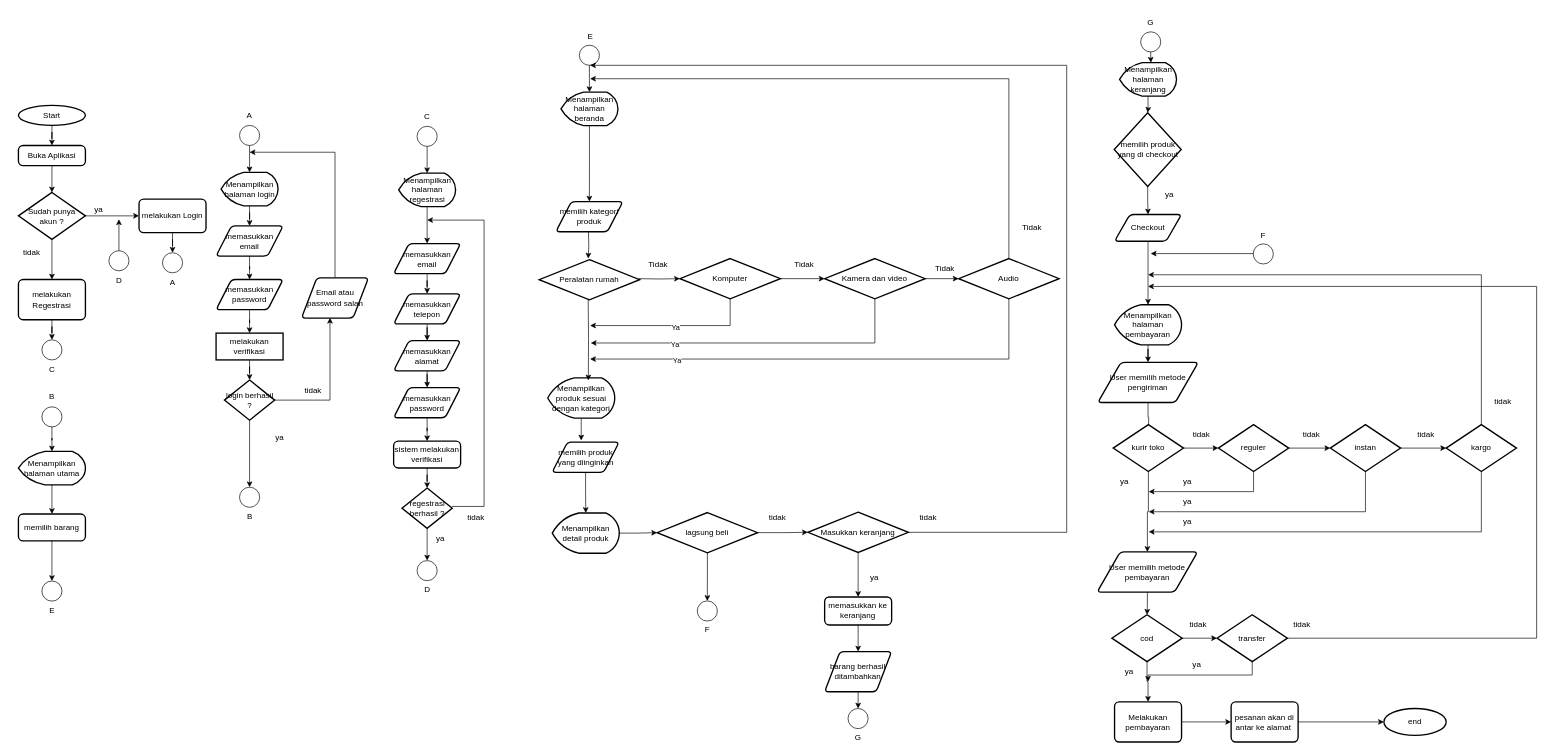
zerocode0806/Flowchart-E-Comerce-Elektronik keeps this draw.io diagram as Flowchart Ecomerce Elektronik.drawio. Above is the earlier version. Source tidied: cells renumbered, new cells numbered last; positions are measured from the earlier drawing's top-left corner, leaving out a move shared by most shapes. Both pictures are drawn from the tidied source at 67%, with x=0, y=0 at pixel (11, 11).
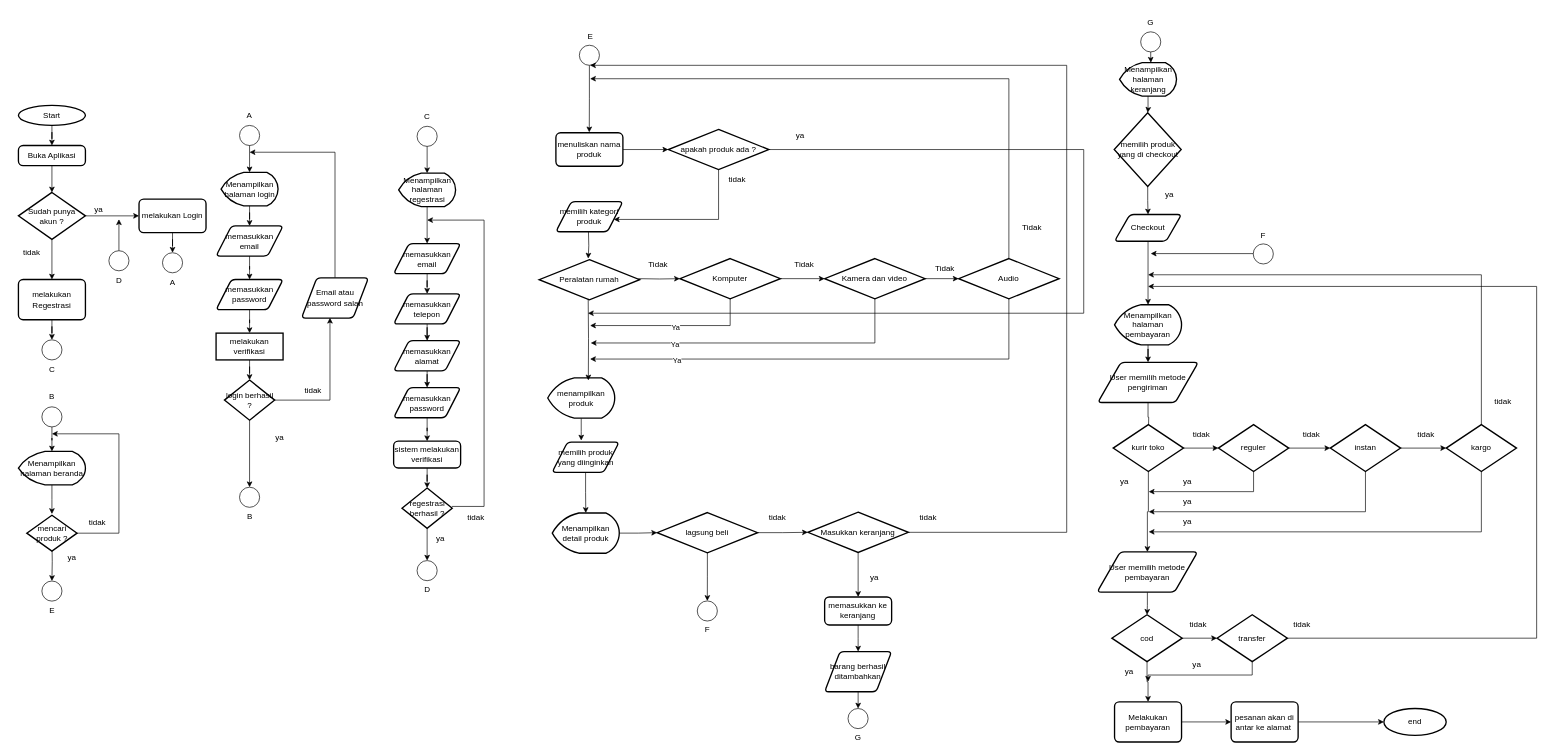
After the change.

The change refers to these unchanged cells:
```xml
<mxCell id="60" value="&lt;div style=&quot;&quot;&gt;&lt;br&gt;&lt;/div&gt;" style="verticalLabelPosition=bottom;verticalAlign=top;html=1;shape=mxgraph.flowchart.on-page_reference;align=center;" parent="1" vertex="1">
  <mxGeometry x="847.2" y="50" width="30" height="30" as="geometry" />
</mxCell>
<mxCell id="67" value="E" style="verticalLabelPosition=bottom;verticalAlign=top;html=1;shape=mxgraph.flowchart.on-page_reference;" parent="1" vertex="1">
  <mxGeometry x="45" y="849.7" width="30" height="30" as="geometry" />
</mxCell>
<mxCell id="81" value="memilih kategori produk" style="shape=parallelogram;html=1;strokeWidth=2;perimeter=parallelogramPerimeter;whiteSpace=wrap;rounded=1;arcSize=12;size=0.23;" parent="1" vertex="1">
  <mxGeometry x="812.2" y="283.4" width="100" height="45" as="geometry" />
</mxCell>
```

The edit, as a diff of the source:
```diff
@@
-    <mxCell id="14" value="memilih barang" style="rounded=1;whiteSpace=wrap;html=1;absoluteArcSize=1;arcSize=14;strokeWidth=2;" parent="1" vertex="1">
-      <mxGeometry x="10" y="749.7" width="100" height="40" as="geometry" />
-    </mxCell>
@@
+    <mxCell id="168" style="edgeStyle=orthogonalEdgeStyle;rounded=0;jettySize=auto;html=1;" parent="1" edge="1" source="60">
+      <mxGeometry relative="1" as="geometry">
+        <mxPoint x="862" y="180" as="targetPoint" />
+      </mxGeometry>
+    </mxCell>
@@
-    <mxCell id="61" style="edgeStyle=orthogonalEdgeStyle;rounded=0;jettySize=auto;html=1;entryX=0.5;entryY=0;entryDx=0;entryDy=0;" parent="1" edge="1" source="62" target="81">
-      <mxGeometry relative="1" as="geometry" />
-    </mxCell>
-    <mxCell id="62" value="Menampilkan halaman beranda" style="strokeWidth=2;html=1;shape=mxgraph.flowchart.display;whiteSpace=wrap;" parent="1" vertex="1">
-      <mxGeometry x="819.8" y="120" width="85" height="50" as="geometry" />
-    </mxCell>
-    <mxCell id="63" style="edgeStyle=orthogonalEdgeStyle;rounded=0;jettySize=auto;html=1;entryX=0.5;entryY=0;entryDx=0;entryDy=0;entryPerimeter=0;" parent="1" edge="1" source="60" target="62">
-      <mxGeometry relative="1" as="geometry" />
-    </mxCell>
@@
-    <mxCell id="68" style="edgeStyle=orthogonalEdgeStyle;rounded=0;jettySize=auto;html=1;entryX=0.5;entryY=0;entryDx=0;entryDy=0;entryPerimeter=0;" parent="1" edge="1" source="14" target="67">
-      <mxGeometry relative="1" as="geometry" />
+    <mxCell id="68" style="edgeStyle=orthogonalEdgeStyle;rounded=0;jettySize=auto;html=1;entryX=0.5;entryY=0;entryDx=0;entryDy=0;entryPerimeter=0;" parent="1" edge="1" target="67">
+      <mxGeometry relative="1" as="geometry">
+        <mxPoint x="60" y="789.7" as="sourcePoint" />
+      </mxGeometry>
     </mxCell>
@@
-    <mxCell id="83" value="Menampilkan produk sesuai dengan kategori" style="strokeWidth=2;html=1;shape=mxgraph.flowchart.display;whiteSpace=wrap;" parent="1" vertex="1">
+    <mxCell id="83" value="menampilkan produk" style="strokeWidth=2;html=1;shape=mxgraph.flowchart.display;whiteSpace=wrap;" parent="1" vertex="1">
       <mxGeometry x="800" y="546.6" width="100" height="60" as="geometry" />
     </mxCell>
@@
-    <mxCell id="131" style="edgeStyle=orthogonalEdgeStyle;rounded=0;jettySize=auto;html=1;" parent="1" edge="1" source="132" target="14">
-      <mxGeometry relative="1" as="geometry" />
+    <mxCell id="131" style="edgeStyle=orthogonalEdgeStyle;rounded=0;jettySize=auto;html=1;" parent="1" edge="1" source="132">
+      <mxGeometry relative="1" as="geometry">
+        <mxPoint x="60" y="749.7" as="targetPoint" />
+      </mxGeometry>
     </mxCell>
-    <mxCell id="132" value="Menampilkan halaman utama" style="strokeWidth=2;html=1;shape=mxgraph.flowchart.display;whiteSpace=wrap;" parent="1" vertex="1">
+    <mxCell id="132" value="Menampilkan halaman beranda" style="strokeWidth=2;html=1;shape=mxgraph.flowchart.display;whiteSpace=wrap;" parent="1" vertex="1">
       <mxGeometry x="10" y="656.3" width="100" height="50" as="geometry" />
     </mxCell>
@@
+    <mxCell id="169" style="edgeStyle=orthogonalEdgeStyle;rounded=0;jettySize=auto;html=1;" parent="1" edge="1" source="170">
+      <mxGeometry relative="1" as="geometry">
+        <mxPoint x="60" y="630" as="targetPoint" />
+        <Array as="points">
+          <mxPoint x="160" y="778" />
+          <mxPoint x="160" y="630" />
+        </Array>
+      </mxGeometry>
+    </mxCell>
+    <mxCell id="170" value="mencari produk ?" style="strokeWidth=2;html=1;shape=mxgraph.flowchart.decision;whiteSpace=wrap;" parent="1" vertex="1">
+      <mxGeometry x="22.5" y="751.5" width="75" height="53.5" as="geometry" />
+    </mxCell>
+    <mxCell id="171" style="edgeStyle=orthogonalEdgeStyle;rounded=0;jettySize=auto;html=1;" parent="1" edge="1" source="172" target="175">
+      <mxGeometry relative="1" as="geometry" />
+    </mxCell>
+    <mxCell id="172" value="menuliskan nama produk" style="rounded=1;whiteSpace=wrap;html=1;absoluteArcSize=1;arcSize=14;strokeWidth=2;" parent="1" vertex="1">
+      <mxGeometry x="812.2" y="180.7" width="100" height="50" as="geometry" />
+    </mxCell>
+    <mxCell id="173" style="edgeStyle=orthogonalEdgeStyle;rounded=0;jettySize=auto;html=1;" parent="1" edge="1" source="175">
+      <mxGeometry relative="1" as="geometry">
+        <mxPoint x="860" y="450" as="targetPoint" />
+        <Array as="points">
+          <mxPoint x="1600" y="206" />
+          <mxPoint x="1600" y="450" />
+        </Array>
+      </mxGeometry>
+    </mxCell>
+    <mxCell id="174" style="edgeStyle=orthogonalEdgeStyle;rounded=0;jettySize=auto;html=1;" parent="1" edge="1" source="175" target="81">
+      <mxGeometry relative="1" as="geometry">
+        <Array as="points">
+          <mxPoint x="1055" y="310" />
+        </Array>
+      </mxGeometry>
+    </mxCell>
+    <mxCell id="175" value="apakah produk ada ?" style="strokeWidth=2;html=1;shape=mxgraph.flowchart.decision;whiteSpace=wrap;" parent="1" vertex="1">
+      <mxGeometry x="980" y="175.7" width="150" height="60" as="geometry" />
+    </mxCell>
+    <mxCell id="176" value="ya" style="text;html=1;whiteSpace=wrap;strokeColor=none;fillColor=none;align=center;verticalAlign=middle;rounded=0;" parent="1" vertex="1">
+      <mxGeometry x="1147.2" y="169.7" width="60" height="30" as="geometry" />
+    </mxCell>
+    <mxCell id="177" value="tidak" style="text;html=1;whiteSpace=wrap;strokeColor=none;fillColor=none;align=center;verticalAlign=middle;rounded=0;" parent="1" vertex="1">
+      <mxGeometry x="1053.2" y="235.7" width="60" height="30" as="geometry" />
+    </mxCell>
+    <mxCell id="178" value="ya" style="text;html=1;whiteSpace=wrap;strokeColor=none;fillColor=none;align=center;verticalAlign=middle;rounded=0;" parent="1" vertex="1">
+      <mxGeometry x="60" y="800" width="60" height="30" as="geometry" />
+    </mxCell>
+    <mxCell id="179" value="tidak" style="text;html=1;whiteSpace=wrap;strokeColor=none;fillColor=none;align=center;verticalAlign=middle;rounded=0;" parent="1" vertex="1">
+      <mxGeometry x="97.5" y="747.5" width="60" height="30" as="geometry" />
+    </mxCell>
```
